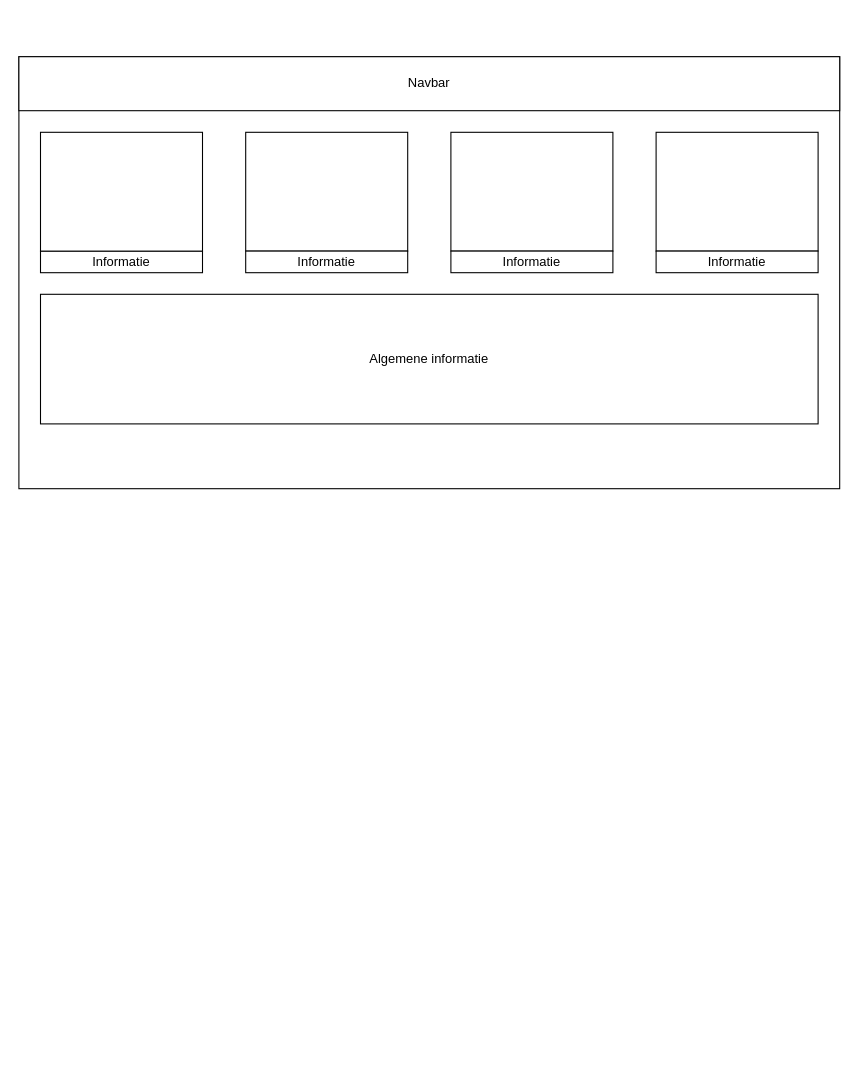
Vishay142/rentacar keeps this draw.io diagram as Homepage.drawio. Above is the earlier version. Source tidied: cells renumbered, new cells numbered last; positions are measured from the earlier drawing's top-left corner, leaving out a move shared by most shapes. Both pictures are drawn from the tidied source at 108%, with x=0, y=0 at pixel (18, 56).
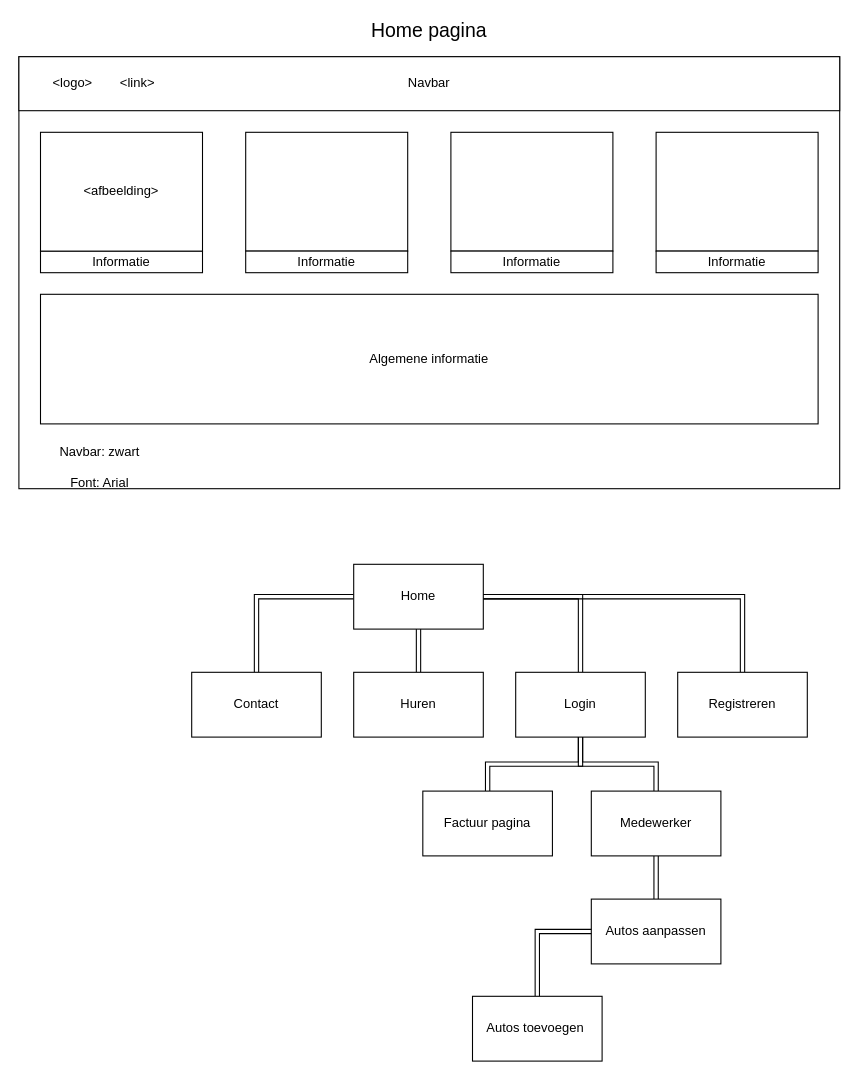
The same page after the edit.

What changed in the source:
```diff
@@
-<mxGraphModel>
+<mxGraphModel background="#FFFFFF">
@@
-    <mxCell id="12" style="rounded=0;whiteSpace=wrap;html=1;" parent="1" vertex="1">
+    <mxCell id="12" value="&amp;lt;afbeelding&amp;gt;" style="rounded=0;whiteSpace=wrap;html=1;" parent="1" vertex="1">
       <mxGeometry x="20" y="70" width="150" height="110" as="geometry" />
     </mxCell>
+    <mxCell id="13" value="&amp;lt;logo&amp;gt;" style="text;html=1;strokeColor=none;fillColor=none;align=center;verticalAlign=middle;whiteSpace=wrap;rounded=0;" parent="1" vertex="1">
+      <mxGeometry x="30" y="15" width="40" height="20" as="geometry" />
+    </mxCell>
+    <mxCell id="14" value="&amp;lt;link&amp;gt;" style="text;html=1;strokeColor=none;fillColor=none;align=center;verticalAlign=middle;whiteSpace=wrap;rounded=0;" parent="1" vertex="1">
+      <mxGeometry x="90" y="15" width="40" height="20" as="geometry" />
+    </mxCell>
+    <mxCell id="15" style="edgeStyle=orthogonalEdgeStyle;rounded=0;jettySize=auto;html=1;shape=link;" parent="1" edge="1" source="18" target="19">
+      <mxGeometry relative="1" as="geometry" />
+    </mxCell>
+    <mxCell id="16" style="edgeStyle=orthogonalEdgeStyle;shape=link;rounded=0;jettySize=auto;html=1;" parent="1" edge="1" source="18" target="20">
+      <mxGeometry relative="1" as="geometry" />
+    </mxCell>
+    <mxCell id="17" style="edgeStyle=orthogonalEdgeStyle;shape=link;rounded=0;jettySize=auto;html=1;exitX=1;exitY=0.5;exitDx=0;exitDy=0;" parent="1" edge="1" source="18" target="23">
+      <mxGeometry relative="1" as="geometry" />
+    </mxCell>
+    <mxCell id="18" value="Home" style="rounded=0;whiteSpace=wrap;html=1;" parent="1" vertex="1">
+      <mxGeometry x="310" y="470" width="120" height="60" as="geometry" />
+    </mxCell>
+    <mxCell id="19" value="Contact" style="rounded=0;whiteSpace=wrap;html=1;" parent="1" vertex="1">
+      <mxGeometry x="160" y="570" width="120" height="60" as="geometry" />
+    </mxCell>
+    <mxCell id="20" value="Huren" style="rounded=0;whiteSpace=wrap;html=1;" parent="1" vertex="1">
+      <mxGeometry x="310" y="570" width="120" height="60" as="geometry" />
+    </mxCell>
+    <mxCell id="21" style="edgeStyle=orthogonalEdgeStyle;shape=link;rounded=0;jettySize=auto;html=1;entryX=1;entryY=0.5;entryDx=0;entryDy=0;" parent="1" edge="1" source="22" target="18">
+      <mxGeometry relative="1" as="geometry">
+        <Array as="points">
+          <mxPoint x="520" y="500" />
+        </Array>
+      </mxGeometry>
+    </mxCell>
+    <mxCell id="22" value="Login" style="rounded=0;whiteSpace=wrap;html=1;" parent="1" vertex="1">
+      <mxGeometry x="460" y="570" width="120" height="60" as="geometry" />
+    </mxCell>
+    <mxCell id="23" value="Registreren" style="rounded=0;whiteSpace=wrap;html=1;" parent="1" vertex="1">
+      <mxGeometry x="610" y="570" width="120" height="60" as="geometry" />
+    </mxCell>
+    <mxCell id="24" style="edgeStyle=orthogonalEdgeStyle;shape=link;rounded=0;jettySize=auto;html=1;" parent="1" edge="1" source="25" target="22">
+      <mxGeometry relative="1" as="geometry" />
+    </mxCell>
+    <mxCell id="25" value="Factuur pagina" style="rounded=0;whiteSpace=wrap;html=1;" parent="1" vertex="1">
+      <mxGeometry x="374" y="680" width="120" height="60" as="geometry" />
+    </mxCell>
+    <mxCell id="26" style="edgeStyle=orthogonalEdgeStyle;shape=link;rounded=0;jettySize=auto;html=1;" parent="1" edge="1" source="27" target="22">
+      <mxGeometry relative="1" as="geometry" />
+    </mxCell>
+    <mxCell id="27" value="Medewerker" style="rounded=0;whiteSpace=wrap;html=1;" parent="1" vertex="1">
+      <mxGeometry x="530" y="680" width="120" height="60" as="geometry" />
+    </mxCell>
+    <mxCell id="28" style="edgeStyle=orthogonalEdgeStyle;shape=link;rounded=0;jettySize=auto;html=1;" parent="1" edge="1" source="29" target="27">
+      <mxGeometry relative="1" as="geometry" />
+    </mxCell>
+    <mxCell id="29" value="Autos aanpassen" style="rounded=0;whiteSpace=wrap;html=1;" parent="1" vertex="1">
+      <mxGeometry x="530" y="780" width="120" height="60" as="geometry" />
+    </mxCell>
+    <mxCell id="30" style="edgeStyle=orthogonalEdgeStyle;shape=link;rounded=0;jettySize=auto;html=1;entryX=0;entryY=0.5;entryDx=0;entryDy=0;" parent="1" edge="1" source="31" target="29">
+      <mxGeometry relative="1" as="geometry" />
+    </mxCell>
+    <mxCell id="31" value="Autos toevoegen&amp;nbsp;" style="rounded=0;whiteSpace=wrap;html=1;" parent="1" vertex="1">
+      <mxGeometry x="420" y="870" width="120" height="60" as="geometry" />
+    </mxCell>
+    <mxCell id="32" value="&lt;font style=&quot;font-size: 18px&quot;&gt;Home pagina&lt;/font&gt;" style="text;html=1;strokeColor=none;fillColor=none;align=center;verticalAlign=middle;whiteSpace=wrap;rounded=0;" parent="1" vertex="1">
+      <mxGeometry x="275" y="-34" width="210" height="20" as="geometry" />
+    </mxCell>
+    <mxCell id="33" value="Navbar: zwart&lt;br&gt;&lt;br&gt;Font: Arial" style="text;html=1;strokeColor=none;fillColor=none;align=center;verticalAlign=middle;whiteSpace=wrap;rounded=0;" parent="1" vertex="1">
+      <mxGeometry x="20" y="370" width="110" height="20" as="geometry" />
+    </mxCell>
```
